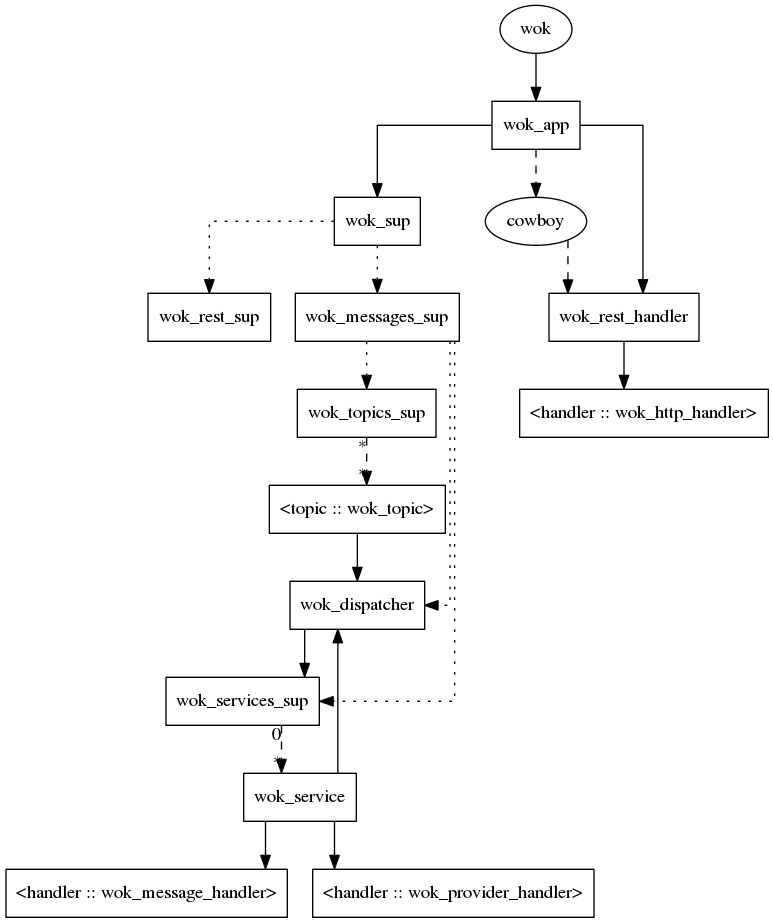
Above: wok.call.png in botsunit/wok (Graphviz), before the change. Its source is kept beside it as wok.call.gv.
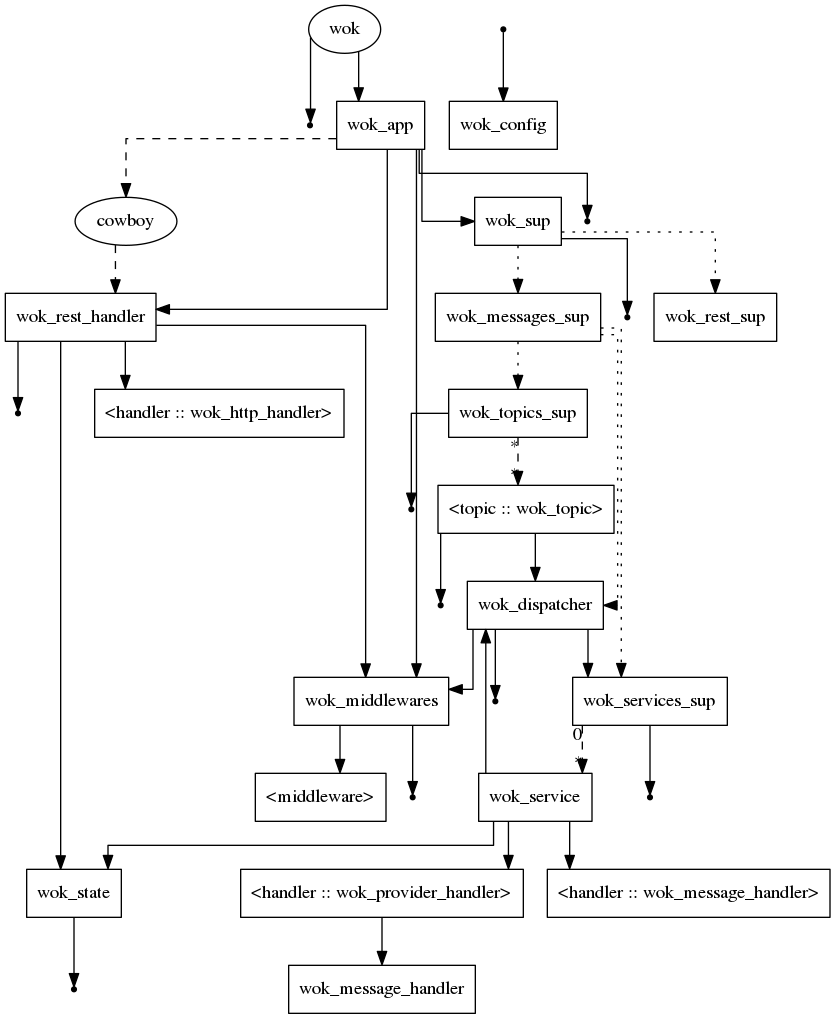
The same diagram one commit later.

Diff of the diagram source:
```diff
@@ -1,37 +1,73 @@
 digraph wok {
-  splines=ortho;
   node[shape=box];
+  graph[
+    overlap=false,
+    splines=ortho
+  ]
 
   wok[shape=oval];
+  cowboy[shape=oval];
+  wok_config1[shape=point];
+  wok_config2[shape=point];
+  wok_config3[shape=point];
+  wok_config4[shape=point];
+  wok_config5[shape=point];
+  wok_config6[shape=point];
+  wok_config7[shape=point];
+  wok_config8[shape=point];
+  wok_config9[shape=point];
+  wok_configA[shape=point];
+  __wok_config__[shape=point];
+  wok_topic[label = "<topic :: wok_topic>"];
+
   wok -> wok_app;
+  wok -> wok_config1;
+
   wok_app -> wok_sup;
-
-  cowboy[shape=oval];
   wok_app -> cowboy [style=dashed];
   wok_app -> wok_rest_handler;
-  cowboy -> wok_rest_handler [style=dashed];
-  wok_rest_handler -> "<handler :: wok_http_handler>";
+  wok_app -> wok_config2;
+  wok_app -> wok_middlewares;
 
   wok_sup -> wok_messages_sup [style=dotted];
   wok_sup -> wok_rest_sup [style=dotted];
+  wok_sup -> wok_config4;
+
+  cowboy -> wok_rest_handler [style=dashed];
+
+  wok_rest_handler -> "<handler :: wok_http_handler>";
+  wok_rest_handler -> wok_config3;
+  wok_rest_handler -> wok_middlewares;
+  wok_rest_handler -> wok_state;
+
+  wok_middlewares -> wok_config9;
+  wok_middlewares -> "<middleware>";
 
   wok_messages_sup -> wok_dispatcher [style=dotted];
   wok_messages_sup -> wok_services_sup [style=dotted];
   wok_messages_sup -> wok_topics_sup [style=dotted];
 
   wok_dispatcher -> wok_services_sup;
+  wok_dispatcher -> wok_config5;
+  wok_dispatcher -> wok_middlewares;
 
   wok_services_sup -> wok_service [style=dashed, headlabel="*", taillabel="0"];
+  wok_services_sup -> wok_config6;
 
-  wok_topic[label = "<topic :: wok_topic>"];
   wok_topics_sup -> wok_topic [style=dashed, headlabel="*", taillabel="*"];
+  wok_topics_sup -> wok_config7;
+
+  wok_topic -> wok_config8;
+  wok_topic -> wok_dispatcher;
 
   wok_service -> wok_dispatcher;
+  wok_service -> "<handler :: wok_message_handler>";
+  wok_service -> "<handler :: wok_provider_handler>";
+  wok_service -> wok_state
 
-  wok_service -> "<handler :: wok_message_handler>";
+  wok_state -> wok_configA;
 
-  wok_service -> "<handler :: wok_provider_handler>";
+  "<handler :: wok_provider_handler>" -> wok_message_handler;
 
-  wok_topic -> wok_dispatcher;
-
+  __wok_config__ -> wok_config;
 }
```
